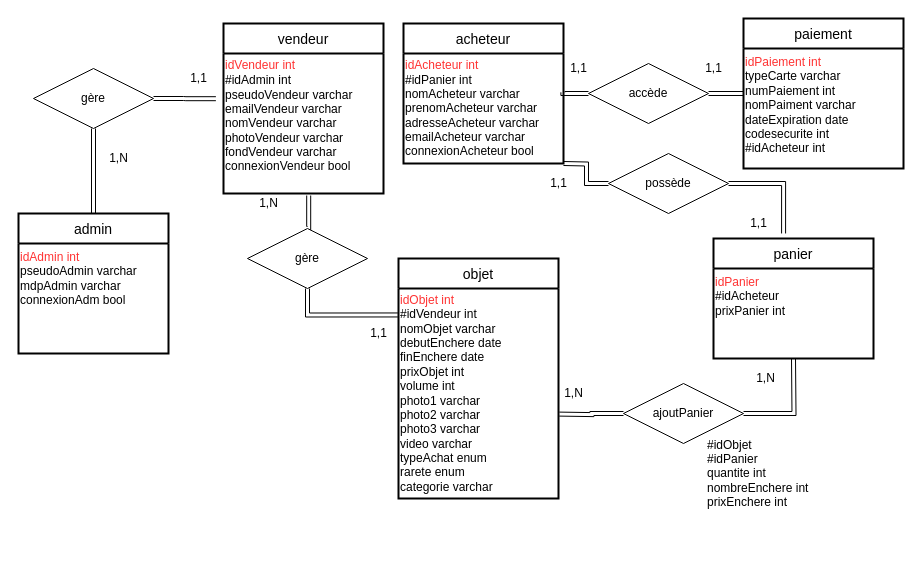
Dvdbx/projet-webdynamique keeps this draw.io diagram as relation_entite.drawio. Above is the earlier version. Source tidied: cells renumbered, new cells numbered last; positions are measured from the earlier drawing's top-left corner, leaving out a move shared by most shapes. Both pictures are drawn from the tidied source at 100%, with x=0, y=0 at pixel (18, 18).
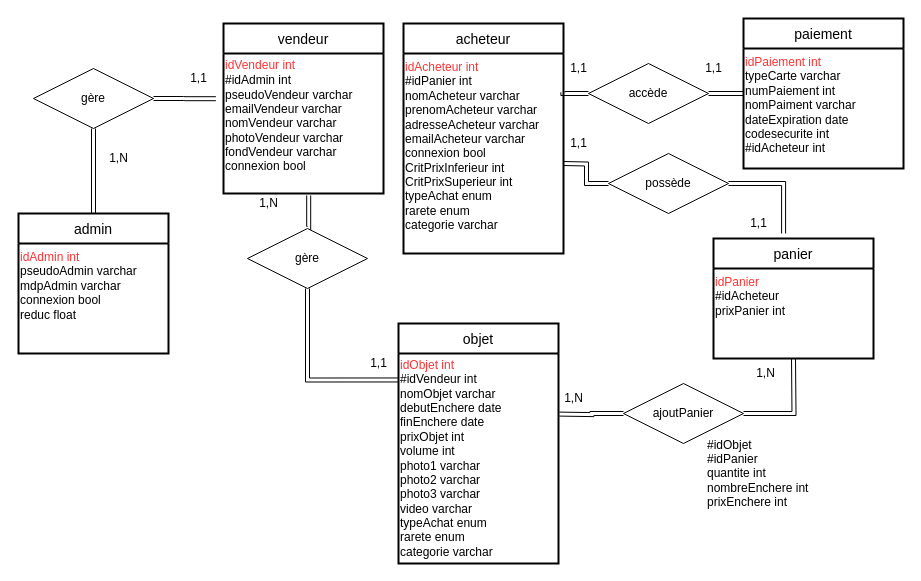
The same page after the edit.

Commit message (it also covers changes not shown here):
relation entite

Unchanged cells that the change refers to:
```xml
<mxCell id="2" value="admin" style="swimlane;horizontal=1;startSize=30;rounded=0;fontSize=14;fontStyle=0;strokeWidth=2;shadow=0;dashed=0;align=center;labelBorderColor=none;" parent="1" vertex="1">
  <mxGeometry y="195" width="150" height="140" as="geometry" />
</mxCell>
<mxCell id="4" value="vendeur" style="swimlane;horizontal=1;startSize=30;rounded=0;fontSize=14;fontStyle=0;strokeWidth=2;shadow=0;dashed=0;align=center;" parent="1" vertex="1">
  <mxGeometry x="205" y="5" width="160" height="170" as="geometry" />
</mxCell>
```

What changed in the source:
```diff
@@
-    <mxCell id="3" value="&lt;span&gt;&lt;font color=&quot;#ff3333&quot;&gt;idAdmin int&lt;br&gt;&lt;/font&gt;pseudoAdmin varchar&lt;/span&gt;&lt;br style=&quot;padding: 0px ; margin: 0px&quot;&gt;&lt;span&gt;mdpAdmin varchar&lt;/span&gt;&lt;br style=&quot;padding: 0px ; margin: 0px&quot;&gt;&lt;div&gt;&lt;span&gt;connexionAdm bool&lt;/span&gt;&lt;/div&gt;" style="text;html=1;strokeColor=none;fillColor=none;align=left;verticalAlign=top;whiteSpace=wrap;rounded=0;sketch=0;fontColor=#000000;" parent="2" vertex="1">
+    <mxCell id="3" value="&lt;span&gt;&lt;font color=&quot;#ff3333&quot;&gt;idAdmin int&lt;br&gt;&lt;/font&gt;pseudoAdmin varchar&lt;/span&gt;&lt;br style=&quot;padding: 0px ; margin: 0px&quot;&gt;&lt;span&gt;mdpAdmin varchar&lt;/span&gt;&lt;br style=&quot;padding: 0px ; margin: 0px&quot;&gt;&lt;div&gt;&lt;span&gt;connexion bool&lt;/span&gt;&lt;/div&gt;&lt;div&gt;&lt;span&gt;reduc float&lt;/span&gt;&lt;/div&gt;&lt;div&gt;&lt;span&gt;&lt;br&gt;&lt;/span&gt;&lt;/div&gt;&lt;div&gt;&lt;span&gt;&lt;br&gt;&lt;/span&gt;&lt;/div&gt;" style="text;html=1;strokeColor=none;fillColor=none;align=left;verticalAlign=top;whiteSpace=wrap;rounded=0;sketch=0;fontColor=#000000;" parent="2" vertex="1">
       <mxGeometry y="30" width="150" height="110" as="geometry" />
     </mxCell>
@@
-    <mxCell id="5" value="&lt;font style=&quot;font-size: 12px&quot;&gt;&lt;font color=&quot;#ff3333&quot;&gt;&lt;br&gt;&lt;br&gt;&lt;/font&gt;&lt;span style=&quot;color: rgb(255 , 51 , 51)&quot;&gt;idVendeur int&lt;/span&gt;&lt;font color=&quot;#ff3333&quot;&gt;&lt;br&gt;&lt;/font&gt;&lt;div&gt;&lt;span&gt;#idAdmin int&lt;/span&gt;&lt;/div&gt;&lt;div&gt;&lt;span&gt;pseudoVendeur varchar&lt;/span&gt;&lt;/div&gt;&lt;div&gt;&lt;span&gt;emailVendeur varchar&lt;/span&gt;&lt;/div&gt;&lt;div&gt;&lt;span&gt;nomVendeur varchar&lt;/span&gt;&lt;/div&gt;&lt;div&gt;&lt;span&gt;photoVendeur varchar&lt;/span&gt;&lt;/div&gt;&lt;div&gt;&lt;span&gt;fondVendeur varchar&lt;/span&gt;&lt;/div&gt;&lt;div&gt;&lt;span&gt;connexionVendeur bool&lt;/span&gt;&lt;/div&gt;&lt;/font&gt;&lt;div style=&quot;padding: 0px ; margin: 0px&quot;&gt;&lt;br style=&quot;padding: 0px ; margin: 0px&quot;&gt;&lt;/div&gt;&lt;div style=&quot;padding: 0px ; margin: 0px&quot;&gt;&lt;br style=&quot;padding: 0px ; margin: 0px&quot;&gt;&lt;/div&gt;&lt;div style=&quot;padding: 0px ; margin: 0px&quot;&gt;&lt;br style=&quot;padding: 0px ; margin: 0px ; font-size: 12px&quot;&gt;&lt;/div&gt;" style="text;html=1;strokeColor=none;fillColor=none;align=left;verticalAlign=middle;whiteSpace=wrap;rounded=0;sketch=0;fontSize=14;fontColor=#000000;" parent="4" vertex="1">
+    <mxCell id="5" value="&lt;font style=&quot;font-size: 12px&quot;&gt;&lt;font color=&quot;#ff3333&quot;&gt;&lt;br&gt;&lt;br&gt;&lt;/font&gt;&lt;span style=&quot;color: rgb(255 , 51 , 51)&quot;&gt;idVendeur int&lt;/span&gt;&lt;font color=&quot;#ff3333&quot;&gt;&lt;br&gt;&lt;/font&gt;&lt;div&gt;&lt;span&gt;#idAdmin int&lt;/span&gt;&lt;/div&gt;&lt;div&gt;&lt;span&gt;pseudoVendeur varchar&lt;/span&gt;&lt;/div&gt;&lt;div&gt;&lt;span&gt;emailVendeur varchar&lt;/span&gt;&lt;/div&gt;&lt;div&gt;&lt;span&gt;nomVendeur varchar&lt;/span&gt;&lt;/div&gt;&lt;div&gt;&lt;span&gt;photoVendeur varchar&lt;/span&gt;&lt;/div&gt;&lt;div&gt;&lt;span&gt;fondVendeur varchar&lt;/span&gt;&lt;/div&gt;&lt;div&gt;&lt;span&gt;connexion bool&lt;/span&gt;&lt;/div&gt;&lt;/font&gt;&lt;div style=&quot;padding: 0px ; margin: 0px&quot;&gt;&lt;br style=&quot;padding: 0px ; margin: 0px&quot;&gt;&lt;/div&gt;&lt;div style=&quot;padding: 0px ; margin: 0px&quot;&gt;&lt;br style=&quot;padding: 0px ; margin: 0px&quot;&gt;&lt;/div&gt;&lt;div style=&quot;padding: 0px ; margin: 0px&quot;&gt;&lt;br style=&quot;padding: 0px ; margin: 0px ; font-size: 12px&quot;&gt;&lt;/div&gt;" style="text;html=1;strokeColor=none;fillColor=none;align=left;verticalAlign=middle;whiteSpace=wrap;rounded=0;sketch=0;fontSize=14;fontColor=#000000;" parent="4" vertex="1">
       <mxGeometry y="30" width="160" height="140" as="geometry" />
     </mxCell>
     <mxCell id="6" value="acheteur" style="swimlane;horizontal=1;startSize=30;rounded=0;fontSize=14;fontStyle=0;strokeWidth=2;shadow=0;dashed=0;align=center;" parent="1" vertex="1">
-      <mxGeometry x="385" y="5" width="160" height="140" as="geometry" />
+      <mxGeometry x="385" y="5" width="160" height="230" as="geometry" />
     </mxCell>
-    <mxCell id="7" value="&lt;span&gt;&lt;font color=&quot;#ff3333&quot;&gt;idAcheteur int&lt;/font&gt;&lt;/span&gt;&lt;br style=&quot;padding: 0px ; margin: 0px&quot;&gt;&lt;span&gt;#idPanier int&lt;/span&gt;&lt;br style=&quot;padding: 0px ; margin: 0px&quot;&gt;&lt;span&gt;nomAcheteur varchar&lt;/span&gt;&lt;br style=&quot;padding: 0px ; margin: 0px&quot;&gt;&lt;span&gt;prenomAcheteur varchar&lt;/span&gt;&lt;br style=&quot;padding: 0px ; margin: 0px&quot;&gt;&lt;span&gt;adresseAcheteur varchar&lt;/span&gt;&lt;br style=&quot;padding: 0px ; margin: 0px&quot;&gt;&lt;span&gt;emailAcheteur varchar&lt;/span&gt;&lt;br style=&quot;padding: 0px ; margin: 0px&quot;&gt;&lt;span&gt;connexionAcheteur bool&lt;/span&gt;" style="text;html=1;strokeColor=none;fillColor=none;align=left;verticalAlign=middle;whiteSpace=wrap;rounded=0;sketch=0;fontSize=12;fontColor=#000000;" parent="6" vertex="1">
-      <mxGeometry y="30" width="160" height="110" as="geometry" />
+    <mxCell id="7" value="&lt;span&gt;&lt;font color=&quot;#ff3333&quot;&gt;&lt;br&gt;idAcheteur int&lt;/font&gt;&lt;/span&gt;&lt;br style=&quot;padding: 0px ; margin: 0px&quot;&gt;&lt;span&gt;#idPanier int&lt;/span&gt;&lt;br style=&quot;padding: 0px ; margin: 0px&quot;&gt;&lt;span&gt;nomAcheteur varchar&lt;/span&gt;&lt;br style=&quot;padding: 0px ; margin: 0px&quot;&gt;&lt;span&gt;prenomAcheteur varchar&lt;/span&gt;&lt;br style=&quot;padding: 0px ; margin: 0px&quot;&gt;&lt;span&gt;adresseAcheteur varchar&lt;/span&gt;&lt;br style=&quot;padding: 0px ; margin: 0px&quot;&gt;&lt;span&gt;emailAcheteur varchar&lt;/span&gt;&lt;br style=&quot;padding: 0px ; margin: 0px&quot;&gt;&lt;span&gt;connexion bool&lt;br&gt;&lt;div&gt;CritPrixInferieur int&lt;/div&gt;&lt;div&gt;CritPrixSuperieur int&amp;nbsp;&lt;/div&gt;&lt;div&gt;typeAchat enum&amp;nbsp;&lt;/div&gt;&lt;div&gt;rarete enum&amp;nbsp;&lt;/div&gt;&lt;div&gt;categorie varchar&amp;nbsp;&lt;/div&gt;&lt;br&gt;&lt;br&gt;&lt;/span&gt;" style="text;html=1;strokeColor=none;fillColor=none;align=left;verticalAlign=middle;whiteSpace=wrap;rounded=0;sketch=0;fontSize=12;fontColor=#000000;" parent="6" vertex="1">
+      <mxGeometry y="30" width="160" height="200" as="geometry" />
     </mxCell>
@@
     <mxCell id="10" value="objet" style="swimlane;horizontal=1;startSize=30;rounded=0;fontSize=14;fontStyle=0;strokeWidth=2;shadow=0;dashed=0;align=center;" parent="1" vertex="1">
-      <mxGeometry x="380" y="240" width="160" height="240" as="geometry" />
+      <mxGeometry x="380" y="305" width="160" height="240" as="geometry" />
     </mxCell>
@@
     <mxCell id="17" value="1,1" style="text;html=1;align=center;verticalAlign=middle;strokeColor=none;fillColor=none;rounded=0;" parent="1" vertex="1">
-      <mxGeometry x="345" y="305" width="30" height="20" as="geometry" />
+      <mxGeometry x="345" y="335" width="30" height="20" as="geometry" />
     </mxCell>
@@
     <mxCell id="20" value="1,1" style="text;html=1;align=center;verticalAlign=middle;strokeColor=none;fillColor=none;rounded=0;" parent="1" vertex="1">
-      <mxGeometry x="525" y="155" width="30" height="20" as="geometry" />
+      <mxGeometry x="545" y="115" width="30" height="20" as="geometry" />
     </mxCell>
@@
     <mxCell id="22" value="1,N" style="text;html=1;align=center;verticalAlign=middle;strokeColor=none;fillColor=none;rounded=0;" parent="1" vertex="1">
-      <mxGeometry x="540" y="365" width="30" height="20" as="geometry" />
+      <mxGeometry x="540" y="370" width="30" height="20" as="geometry" />
     </mxCell>
     <mxCell id="23" value="1,N" style="text;html=1;align=center;verticalAlign=middle;strokeColor=none;fillColor=none;rounded=0;" parent="1" vertex="1">
-      <mxGeometry x="732" y="350" width="30" height="20" as="geometry" />
+      <mxGeometry x="732" y="345" width="30" height="20" as="geometry" />
     </mxCell>
```
